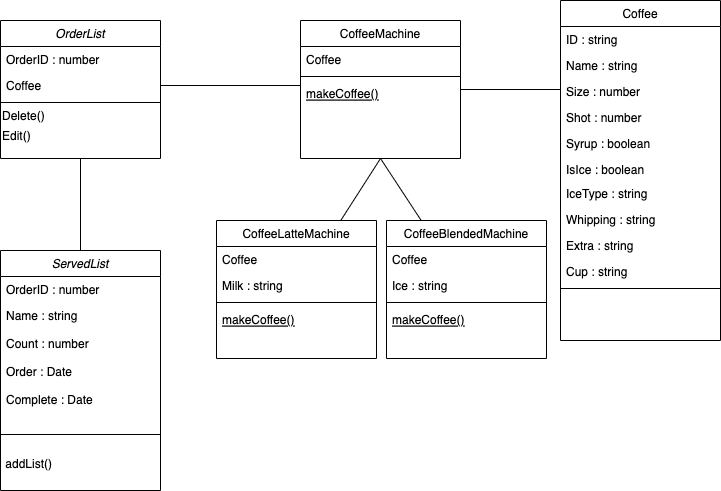
Before: Untitled Diagram.drawio.png, a diagram exported from draw.io (pagers-org/TypeScript-OOP). Source tidied: cells renumbered, new cells last; positions are measured from the earlier drawing's top-left corner, leaving out a move shared by most shapes.
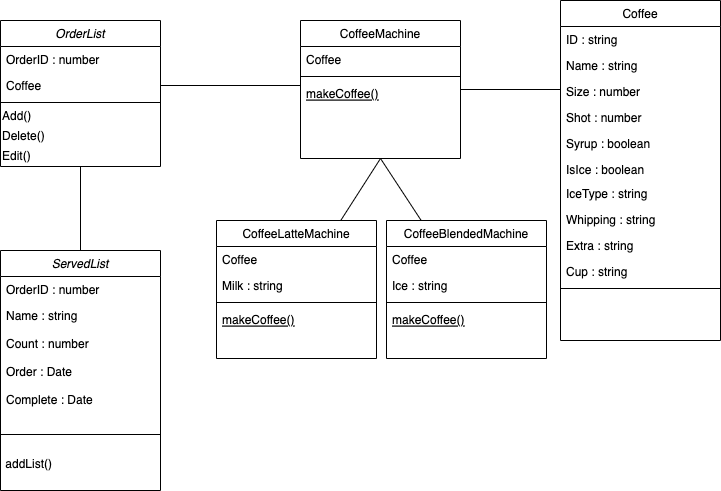
Later version of the same file.

Change to the diagram source:
```diff
@@ -6,7 +6,7 @@
       <mxGeometry relative="1" as="geometry" />
     </mxCell>
     <mxCell id="3" value="OrderList" style="swimlane;fontStyle=2;align=center;verticalAlign=top;horizontal=1;startSize=26;rounded=0;shadow=0;strokeWidth=1;" parent="1" vertex="1">
-      <mxGeometry y="20" width="160" height="138" as="geometry" />
+      <mxGeometry y="20" width="160" height="146" as="geometry" />
     </mxCell>
     <mxCell id="4" value="OrderID : number" style="text;align=left;verticalAlign=top;spacingLeft=4;spacingRight=4;overflow=hidden;" parent="3" vertex="1">
       <mxGeometry y="26" width="160" height="26" as="geometry" />
@@ -17,11 +17,14 @@
     <mxCell id="6" style="line;html=1;strokeWidth=1;align=left;verticalAlign=middle;spacingTop=-1;spacingLeft=3;spacingRight=3;labelPosition=right;" parent="3" vertex="1">
       <mxGeometry y="78" width="160" height="8" as="geometry" />
     </mxCell>
+    <mxCell id="48" value="Add()" style="text;html=1;align=left;verticalAlign=middle;strokeColor=none;fillColor=none;" parent="3" vertex="1">
+      <mxGeometry y="86" width="160" height="20" as="geometry" />
+    </mxCell>
     <mxCell id="7" value="Delete()" style="text;html=1;align=left;verticalAlign=middle;strokeColor=none;fillColor=none;" parent="3" vertex="1">
-      <mxGeometry y="86" width="160" height="20" as="geometry" />
+      <mxGeometry y="106" width="160" height="20" as="geometry" />
     </mxCell>
     <mxCell id="8" value="Edit()" style="text;html=1;align=left;verticalAlign=middle;strokeColor=none;fillColor=none;" parent="3" vertex="1">
-      <mxGeometry y="106" width="160" height="20" as="geometry" />
+      <mxGeometry y="126" width="160" height="20" as="geometry" />
     </mxCell>
     <mxCell id="9" style="rounded=0;jettySize=auto;html=1;endArrow=none;endFill=0;" parent="1" edge="1" source="10">
       <mxGeometry relative="1" as="geometry">
```
